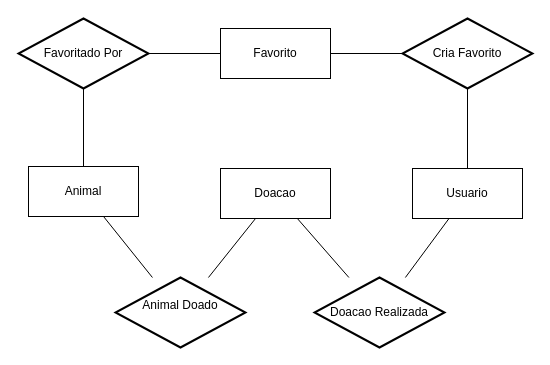
The draw.io diagram Diagrama DER.drawio in JoaoGans/DRAW.tcc, before the edit. Source tidied: cells renumbered, new cells numbered last; positions are measured from the earlier drawing's top-left corner, leaving out a move shared by most shapes. Both pictures are drawn from the tidied source at 100%, with x=0, y=0 at pixel (18, 18).
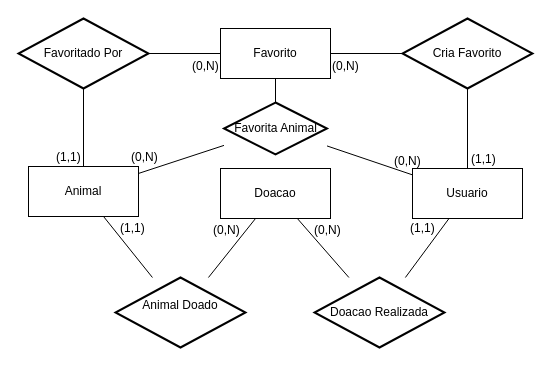
After the change.

The change refers to these unchanged cells:
```xml
<mxCell id="2" value="Animal" style="html=1;whiteSpace=wrap;" parent="1" vertex="1">
  <mxGeometry x="10" y="148" width="110" height="50" as="geometry" />
</mxCell>
<mxCell id="4" value="Usuario" style="html=1;whiteSpace=wrap;" parent="1" vertex="1">
  <mxGeometry x="394" y="150" width="110" height="50" as="geometry" />
</mxCell>
<mxCell id="5" value="Favorito" style="html=1;whiteSpace=wrap;" parent="1" vertex="1">
  <mxGeometry x="202" y="10" width="110" height="50" as="geometry" />
</mxCell>
```

Diff of the diagram source:
```diff
@@
+    <mxCell id="18" value="(1,1)" style="text;whiteSpace=wrap;html=1;" parent="1" vertex="1">
+      <mxGeometry x="100" y="196" width="53" height="36" as="geometry" />
+    </mxCell>
+    <mxCell id="19" value="(0,N)" style="text;whiteSpace=wrap;html=1;" parent="1" vertex="1">
+      <mxGeometry x="193" y="198" width="55" height="36" as="geometry" />
+    </mxCell>
+    <mxCell id="20" value="(1,1)" style="text;whiteSpace=wrap;html=1;" parent="1" vertex="1">
+      <mxGeometry x="390" y="196" width="53" height="36" as="geometry" />
+    </mxCell>
+    <mxCell id="21" value="(0,N)" style="text;whiteSpace=wrap;html=1;" parent="1" vertex="1">
+      <mxGeometry x="294" y="198" width="55" height="36" as="geometry" />
+    </mxCell>
+    <mxCell id="22" value="(1,1)" style="text;whiteSpace=wrap;html=1;" parent="1" vertex="1">
+      <mxGeometry x="451" y="127" width="53" height="36" as="geometry" />
+    </mxCell>
+    <mxCell id="23" value="(0,N)" style="text;whiteSpace=wrap;html=1;" parent="1" vertex="1">
+      <mxGeometry x="312" y="34" width="55" height="36" as="geometry" />
+    </mxCell>
+    <mxCell id="24" value="(1,1)" style="text;whiteSpace=wrap;html=1;" parent="1" vertex="1">
+      <mxGeometry x="36" y="125" width="53" height="36" as="geometry" />
+    </mxCell>
+    <mxCell id="25" value="(0,N)" style="text;whiteSpace=wrap;html=1;" parent="1" vertex="1">
+      <mxGeometry x="172" y="34" width="55" height="36" as="geometry" />
+    </mxCell>
+    <mxCell id="26" style="endArrow=none;html=1;rounded=0;" parent="1" edge="1" source="2" target="29">
+      <mxGeometry relative="1" as="geometry" />
+    </mxCell>
+    <mxCell id="27" style="endArrow=none;html=1;rounded=0;" parent="1" edge="1" source="29" target="4">
+      <mxGeometry relative="1" as="geometry" />
+    </mxCell>
+    <mxCell id="28" style="endArrow=none;html=1;rounded=0;" parent="1" edge="1" source="5" target="29">
+      <mxGeometry relative="1" as="geometry" />
+    </mxCell>
+    <mxCell id="29" value="&lt;span style=&quot;text-align: left;&quot;&gt;Favorita Animal&lt;/span&gt;" style="strokeWidth=2;html=1;shape=mxgraph.flowchart.decision;whiteSpace=wrap;" parent="1" vertex="1">
+      <mxGeometry x="205.5" y="84" width="103" height="52" as="geometry" />
+    </mxCell>
+    <mxCell id="30" value="(0,N)" style="text;whiteSpace=wrap;html=1;" parent="1" vertex="1">
+      <mxGeometry x="374" y="129" width="55" height="36" as="geometry" />
+    </mxCell>
+    <mxCell id="31" value="(0,N)" style="text;whiteSpace=wrap;html=1;" parent="1" vertex="1">
+      <mxGeometry x="111" y="125" width="55" height="36" as="geometry" />
+    </mxCell>
```
